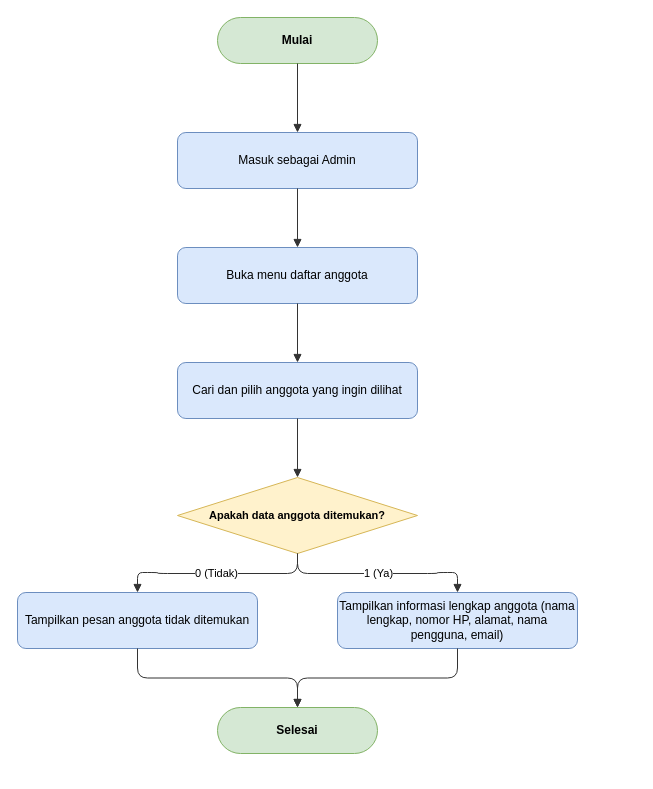
Earlier version of the draw.io diagram docs/diagrams/flowchart/flowchart-getuser.drawio (dimstyle/ruang-baca). Source tidied: cells renumbered, new cells numbered last; positions are measured from the earlier drawing's top-left corner, leaving out a move shared by most shapes. Both pictures are drawn from the tidied source at 100%, with x=0, y=0 at pixel (17, 17).
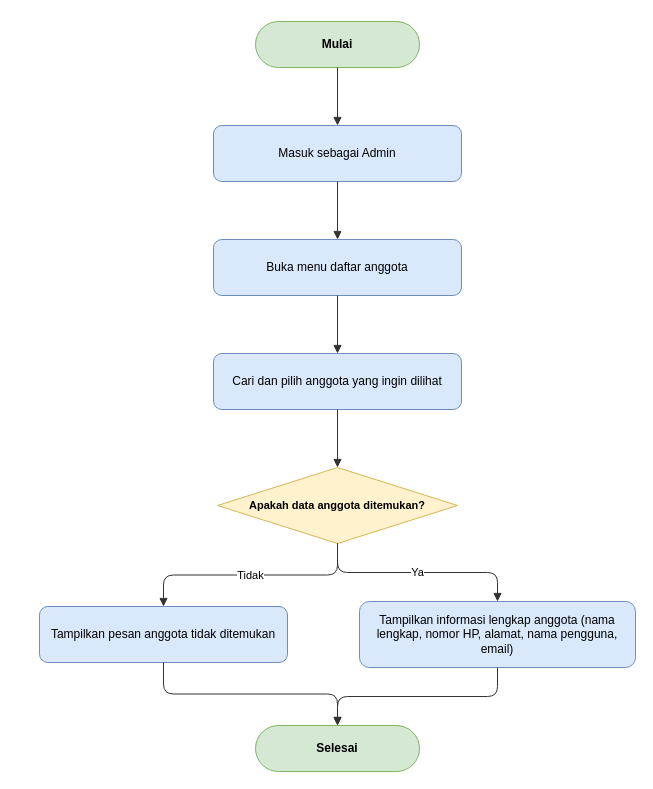
After the change.

What changed in the source:
```diff
@@
 <mxGraphModel>
   <root>
     <mxCell id="0" />
     <mxCell id="1" parent="0" />
     <mxCell id="2" value="Mulai" style="rounded=1;whiteSpace=wrap;html=1;arcSize=50;fillColor=#d5e8d4;strokeColor=#82b366;fontStyle=1;fontSize=12;" parent="1" vertex="1">
-      <mxGeometry x="200" width="160" height="46" as="geometry" />
+      <mxGeometry x="238" y="4" width="164" height="46" as="geometry" />
     </mxCell>
     <mxCell id="3" value="Masuk sebagai Admin" style="rounded=1;whiteSpace=wrap;html=1;fillColor=#dae8fc;strokeColor=#6c8ebf;fontSize=12;" parent="1" vertex="1">
-      <mxGeometry x="160" y="115" width="240" height="56" as="geometry" />
+      <mxGeometry x="196" y="108" width="248" height="56" as="geometry" />
     </mxCell>
     <mxCell id="4" value="Buka menu daftar anggota" style="rounded=1;whiteSpace=wrap;html=1;fillColor=#dae8fc;strokeColor=#6c8ebf;fontSize=12;" parent="1" vertex="1">
-      <mxGeometry x="160" y="230" width="240" height="56" as="geometry" />
+      <mxGeometry x="196" y="222" width="248" height="56" as="geometry" />
     </mxCell>
     <mxCell id="5" value="Cari dan pilih anggota yang ingin dilihat" style="rounded=1;whiteSpace=wrap;html=1;fillColor=#dae8fc;strokeColor=#6c8ebf;fontSize=12;" parent="1" vertex="1">
-      <mxGeometry x="160" y="345" width="240" height="56" as="geometry" />
+      <mxGeometry x="196" y="336" width="248" height="56" as="geometry" />
     </mxCell>
     <mxCell id="6" value="Apakah data anggota ditemukan?" style="rhombus;whiteSpace=wrap;html=1;fillColor=#fff2cc;strokeColor=#d6b656;fontStyle=1;fontSize=11;" parent="1" vertex="1">
-      <mxGeometry x="160" y="460" width="240" height="76" as="geometry" />
+      <mxGeometry x="200" y="450" width="240" height="76" as="geometry" />
     </mxCell>
     <mxCell id="7" value="Tampilkan pesan anggota tidak ditemukan" style="rounded=1;whiteSpace=wrap;html=1;fillColor=#dae8fc;strokeColor=#6c8ebf;fontSize=12;" parent="1" vertex="1">
-      <mxGeometry y="575" width="240" height="56" as="geometry" />
+      <mxGeometry x="22" y="589" width="248" height="56" as="geometry" />
     </mxCell>
     <mxCell id="8" value="Tampilkan informasi lengkap anggota (nama lengkap, nomor HP, alamat, nama pengguna, email)" style="rounded=1;whiteSpace=wrap;html=1;fillColor=#dae8fc;strokeColor=#6c8ebf;fontSize=12;" parent="1" vertex="1">
-      <mxGeometry x="320" y="575" width="240" height="56" as="geometry" />
+      <mxGeometry x="342" y="584" width="276" height="66" as="geometry" />
     </mxCell>
     <mxCell id="9" value="Selesai" style="rounded=1;whiteSpace=wrap;html=1;arcSize=50;fillColor=#d5e8d4;strokeColor=#82b366;fontStyle=1;fontSize=12;" parent="1" vertex="1">
-      <mxGeometry x="200" y="690" width="160" height="46" as="geometry" />
+      <mxGeometry x="238" y="708" width="164" height="46" as="geometry" />
     </mxCell>
     <mxCell id="10" style="edgeStyle=orthogonalEdgeStyle;rounded=1;jettySize=auto;html=1;endArrow=block;endFill=1;strokeColor=#333333;fontSize=11;labelBackgroundColor=#ffffff;" parent="1" edge="1" source="2" target="3">
       <mxGeometry relative="1" as="geometry" />
     </mxCell>
     <mxCell id="11" style="edgeStyle=orthogonalEdgeStyle;rounded=1;jettySize=auto;html=1;endArrow=block;endFill=1;strokeColor=#333333;fontSize=11;labelBackgroundColor=#ffffff;" parent="1" edge="1" source="3" target="4">
       <mxGeometry relative="1" as="geometry" />
     </mxCell>
     <mxCell id="12" style="edgeStyle=orthogonalEdgeStyle;rounded=1;jettySize=auto;html=1;endArrow=block;endFill=1;strokeColor=#333333;fontSize=11;labelBackgroundColor=#ffffff;" parent="1" edge="1" source="4" target="5">
       <mxGeometry relative="1" as="geometry" />
     </mxCell>
     <mxCell id="13" style="edgeStyle=orthogonalEdgeStyle;rounded=1;jettySize=auto;html=1;endArrow=block;endFill=1;strokeColor=#333333;fontSize=11;labelBackgroundColor=#ffffff;" parent="1" edge="1" source="5" target="6">
       <mxGeometry relative="1" as="geometry" />
     </mxCell>
-    <mxCell id="14" value="0 (Tidak)" style="edgeStyle=orthogonalEdgeStyle;rounded=1;jettySize=auto;html=1;endArrow=block;endFill=1;strokeColor=#333333;fontSize=11;labelBackgroundColor=#ffffff;" parent="1" edge="1" source="6" target="7">
+    <mxCell id="14" value="Tidak" style="edgeStyle=orthogonalEdgeStyle;rounded=1;jettySize=auto;html=1;endArrow=block;endFill=1;strokeColor=#333333;fontSize=11;labelBackgroundColor=#ffffff;" parent="1" edge="1" source="6" target="7">
       <mxGeometry relative="1" as="geometry" />
     </mxCell>
     <mxCell id="15" style="edgeStyle=orthogonalEdgeStyle;rounded=1;jettySize=auto;html=1;endArrow=block;endFill=1;strokeColor=#333333;fontSize=11;labelBackgroundColor=#ffffff;" parent="1" edge="1" source="7" target="9">
       <mxGeometry relative="1" as="geometry" />
     </mxCell>
-    <mxCell id="16" value="1 (Ya)" style="edgeStyle=orthogonalEdgeStyle;rounded=1;jettySize=auto;html=1;endArrow=block;endFill=1;strokeColor=#333333;fontSize=11;labelBackgroundColor=#ffffff;" parent="1" edge="1" source="6" target="8">
+    <mxCell id="16" value="Ya" style="edgeStyle=orthogonalEdgeStyle;rounded=1;jettySize=auto;html=1;endArrow=block;endFill=1;strokeColor=#333333;fontSize=11;labelBackgroundColor=#ffffff;" parent="1" edge="1" source="6" target="8">
       <mxGeometry relative="1" as="geometry" />
     </mxCell>
     <mxCell id="17" style="edgeStyle=orthogonalEdgeStyle;rounded=1;jettySize=auto;html=1;endArrow=block;endFill=1;strokeColor=#333333;fontSize=11;labelBackgroundColor=#ffffff;" parent="1" edge="1" source="8" target="9">
       <mxGeometry relative="1" as="geometry" />
     </mxCell>
   </root>
 </mxGraphModel>
```
